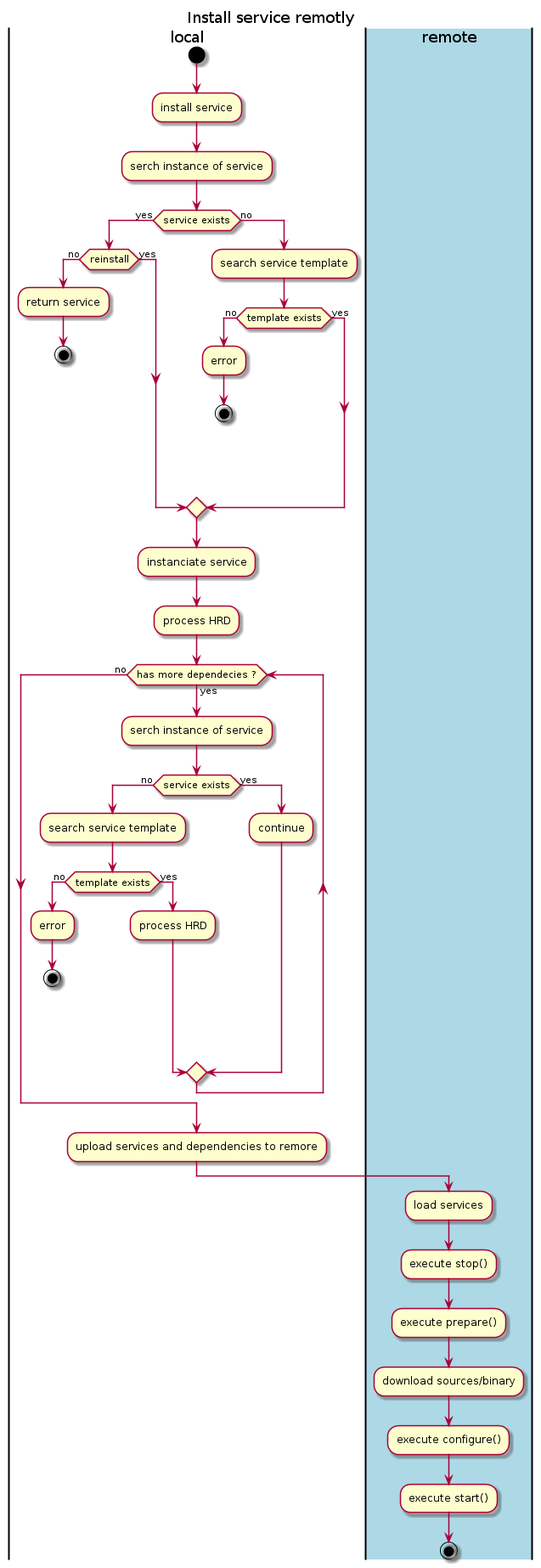
The PlantUML diagram specs/diagrams/ays_install_remote.png in rudecs/jumpscale_core7, before a commit. Its diagram source:
```plantuml
@startuml
title Install service remotly
|local|
start
:install service;
:serch instance of service;
if (service exists) then (yes)
    if (reinstall) then (no)
        :return service;
        stop
    else (yes)
    endif
else (no)
    :search service template;
    if (template exists) then (no)
        :error;
        stop
    else (yes)
    endif
endif

:instanciate service;
:process HRD;
while (has more dependecies ?) is (yes)
    :serch instance of service;
    if (service exists) then (no)
        :search service template;
        if (template exists) then (no)
            :error;
            stop
        else (yes)
            :process HRD;
        endif
    else (yes)
        :continue;
    endif
endwhile (no)
:upload services and dependencies to remore;

|#lightblue|remote|
:load services;
:execute stop();
:execute prepare();
:download sources/binary;
:execute configure();
:execute start();

 stop
@enduml
```
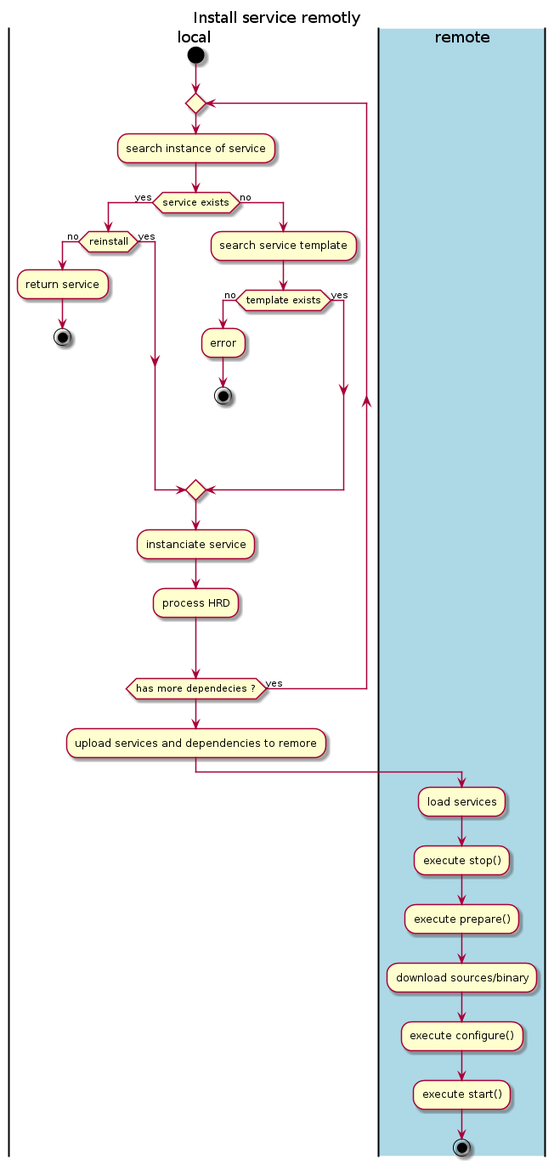
After the commit.

Commit message:
update ays specs and diagrams

What changed in the source:
```diff
@@ -2,8 +2,8 @@
 title Install service remotly
 |local|
 start
-:install service;
-:serch instance of service;
+repeat
+:search instance of service;
 if (service exists) then (yes)
     if (reinstall) then (no)
         :return service;
@@ -21,20 +21,8 @@
 
 :instanciate service;
 :process HRD;
-while (has more dependecies ?) is (yes)
-    :serch instance of service;
-    if (service exists) then (no)
-        :search service template;
-        if (template exists) then (no)
-            :error;
-            stop
-        else (yes)
-            :process HRD;
-        endif
-    else (yes)
-        :continue;
-    endif
-endwhile (no)
+repeat while (has more dependecies ?) is (yes)
+
 :upload services and dependencies to remore;
 
 |#lightblue|remote|
```
